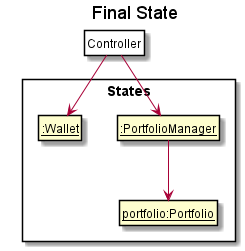
This is docs/diagrams/BuyStockState3.png from nus-cs2113-AY2021S1/tp, a PlantUML export, as it was before one commit. The source it was exported from:
```plantuml
@startuml

hide footbox
hide members
hide circle
skinparam packageStyle Rectangle
skinparam ClassFontColor #000000
skinparam ClassBorderColor #000000

title Final State

package States {
    class State1 as "__:PortfolioManager__"
    class State2 as "__:Wallet__"
    class State4 as "__portfolio:Portfolio__"
}
State1 -down-> State4

class Pointer as "Controller" #FFFFF
Pointer -down-> State1
Pointer -down-> State2


@enduml
```
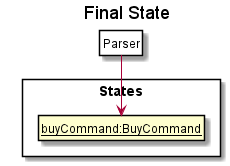
The same file after the commit.

Change to the diagram source:
```diff
@@ -10,15 +10,11 @@
 title Final State
 
 package States {
-    class State1 as "__:PortfolioManager__"
-    class State2 as "__:Wallet__"
-    class State4 as "__portfolio:Portfolio__"
+
+    class State3 as "__buyCommand:BuyCommand__"
 }
-State1 -down-> State4
 
-class Pointer as "Controller" #FFFFF
-Pointer -down-> State1
-Pointer -down-> State2
-
+class Pointer2 as "Parser" #FFFFF
+Pointer2 -down-> State3
 
 @enduml
```
